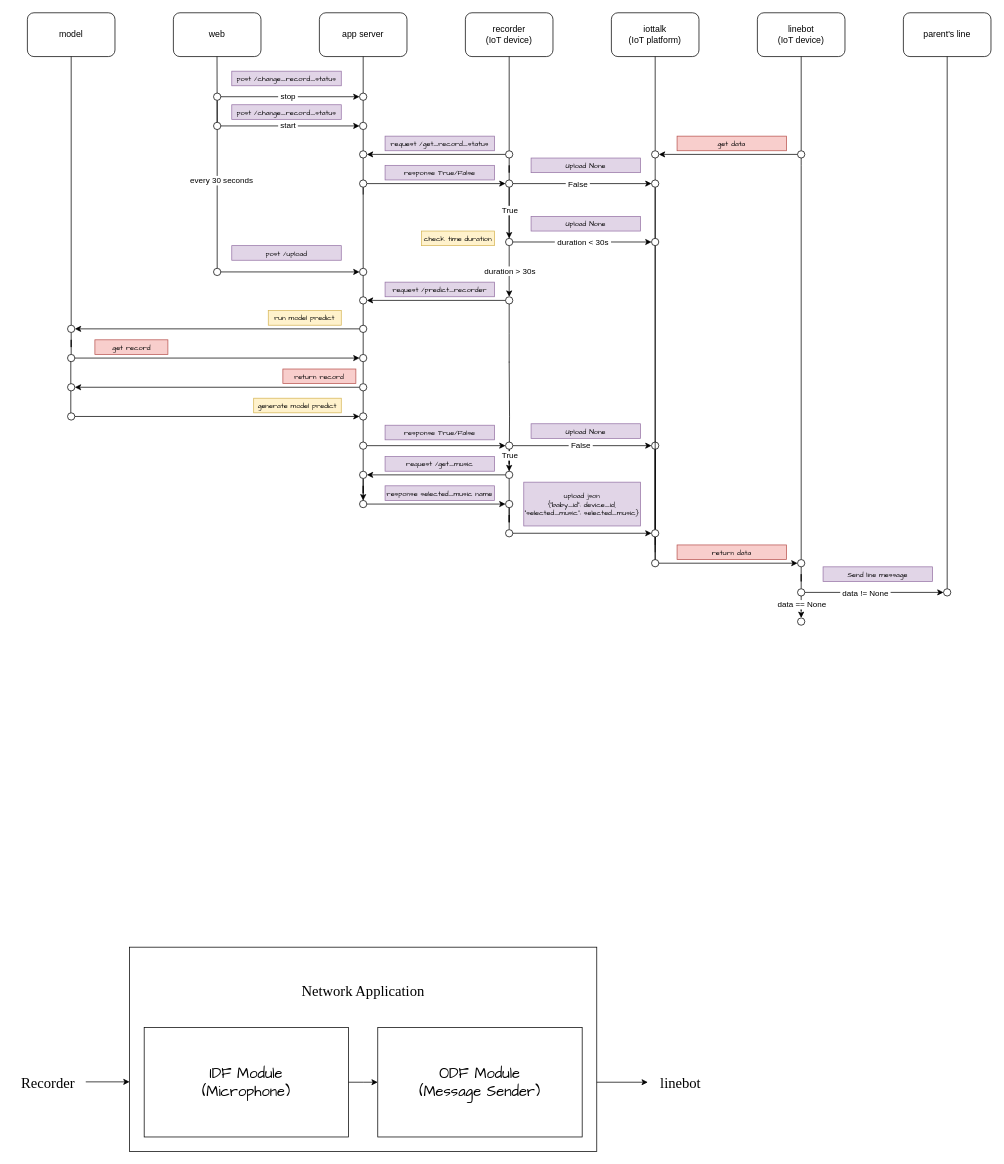
The draw.io diagram test.drawio in ChiaChun-Chen/112_final, before the edit. Source tidied: cells renumbered, new cells numbered last; positions are measured from the earlier drawing's top-left corner, leaving out a move shared by most shapes. Both pictures are drawn from the tidied source at 73%, with x=0, y=0 at pixel (12, 12).
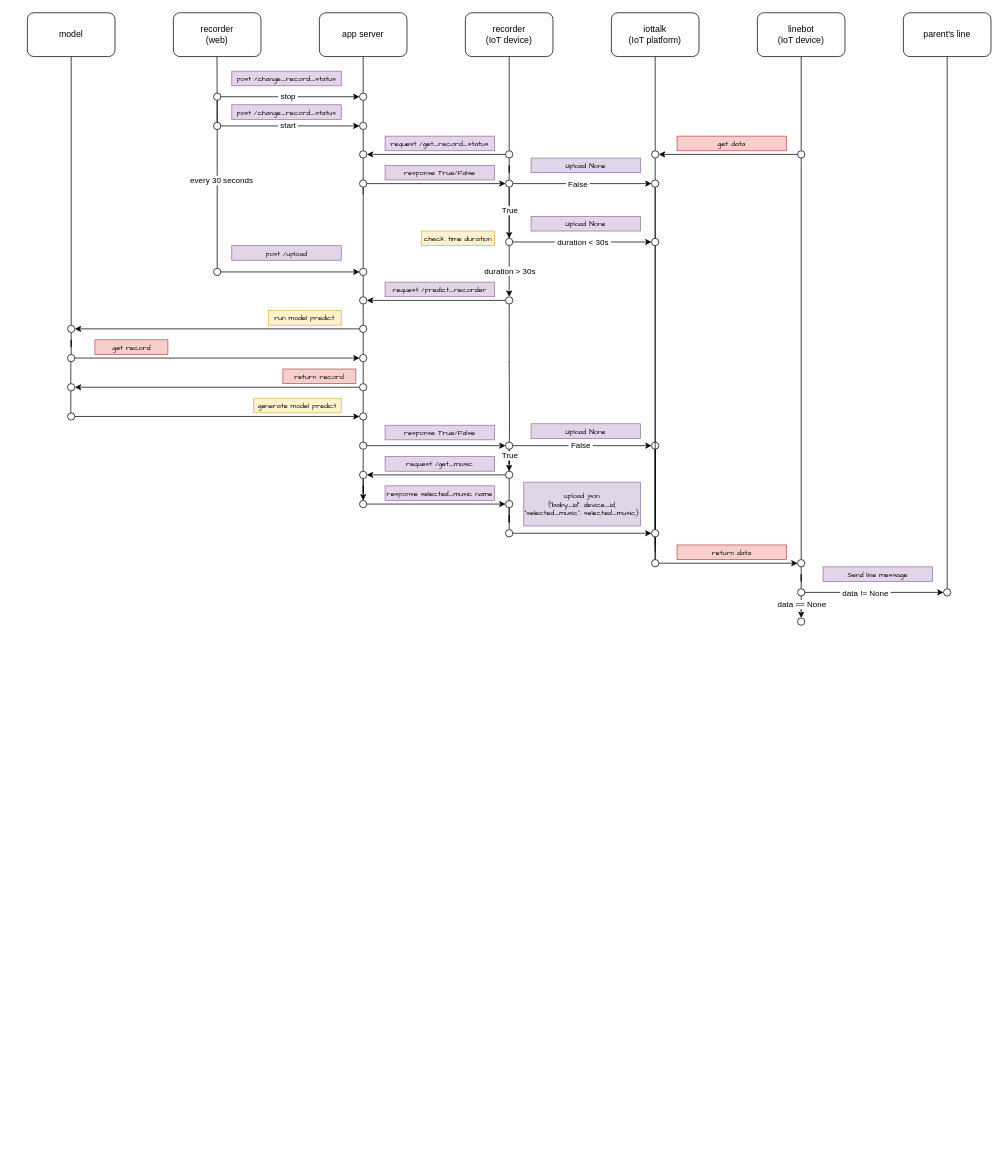
The same diagram, later.

Change to the diagram source:
```diff
@@
-    <mxCell id="18" value="web" style="rounded=1;whiteSpace=wrap;html=1;" parent="1" vertex="1">
+    <mxCell id="18" value="recorder&lt;br&gt;(web)" style="rounded=1;whiteSpace=wrap;html=1;" parent="1" vertex="1">
       <mxGeometry x="220" width="120" height="60" as="geometry" />
     </mxCell>
@@
-    <mxCell id="144" style="rounded=0;whiteSpace=wrap;html=1;" parent="1" vertex="1">
-      <mxGeometry x="160" y="1280" width="640" height="280" as="geometry" />
-    </mxCell>
-    <mxCell id="145" value="IDF Module&lt;br style=&quot;font-size: 20px;&quot;&gt;(Microphone)" style="rounded=0;whiteSpace=wrap;html=1;fontFamily=Comic Sans MS;fontSize=20;" parent="1" vertex="1">
-      <mxGeometry x="180" y="1390" width="280" height="150" as="geometry" />
-    </mxCell>
-    <mxCell id="146" value="ODF Module&lt;br&gt;(Message Sender)" style="rounded=0;whiteSpace=wrap;html=1;fontFamily=Comic Sans MS;fontSize=20;" parent="1" vertex="1">
-      <mxGeometry x="500" y="1390" width="280" height="150" as="geometry" />
-    </mxCell>
-    <mxCell id="147" value="Network Application" style="text;html=1;strokeColor=none;fillColor=none;align=center;verticalAlign=middle;whiteSpace=wrap;rounded=0;fontFamily=Times New Roman;fontSize=20;" parent="1" vertex="1">
-      <mxGeometry x="180" y="1310" width="600" height="60" as="geometry" />
-    </mxCell>
-    <mxCell id="148" style="edgeStyle=orthogonalEdgeStyle;rounded=0;orthogonalLoop=1;jettySize=auto;html=1;entryX=0;entryY=0.5;entryDx=0;entryDy=0;" parent="1" edge="1">
-      <mxGeometry relative="1" as="geometry">
-        <mxPoint x="100" y="1464.5" as="sourcePoint" />
-        <mxPoint x="160" y="1464.5" as="targetPoint" />
-      </mxGeometry>
-    </mxCell>
-    <mxCell id="149" value="Recorder" style="text;html=1;strokeColor=none;fillColor=none;align=center;verticalAlign=middle;whiteSpace=wrap;rounded=0;fontFamily=Times New Roman;fontSize=20;" parent="1" vertex="1">
-      <mxGeometry y="1440" width="97" height="50" as="geometry" />
-    </mxCell>
-    <mxCell id="150" style="edgeStyle=orthogonalEdgeStyle;rounded=0;jettySize=auto;html=1;exitX=1;exitY=0.5;exitDx=0;exitDy=0;" parent="1" edge="1" source="145">
-      <mxGeometry relative="1" as="geometry">
-        <mxPoint x="500" y="1465" as="targetPoint" />
-      </mxGeometry>
-    </mxCell>
-    <mxCell id="151" style="edgeStyle=orthogonalEdgeStyle;rounded=0;orthogonalLoop=1;jettySize=auto;html=1;" parent="1" edge="1">
-      <mxGeometry relative="1" as="geometry">
-        <mxPoint x="800" y="1464.5" as="sourcePoint" />
-        <mxPoint x="870" y="1465" as="targetPoint" />
-        <Array as="points">
-          <mxPoint x="871" y="1465" />
-        </Array>
-      </mxGeometry>
-    </mxCell>
-    <mxCell id="152" value="linebot" style="text;html=1;strokeColor=none;fillColor=none;align=center;verticalAlign=middle;whiteSpace=wrap;rounded=0;fontFamily=Times New Roman;fontSize=20;" parent="1" vertex="1">
-      <mxGeometry x="875" y="1440" width="80" height="50" as="geometry" />
-    </mxCell>
```
